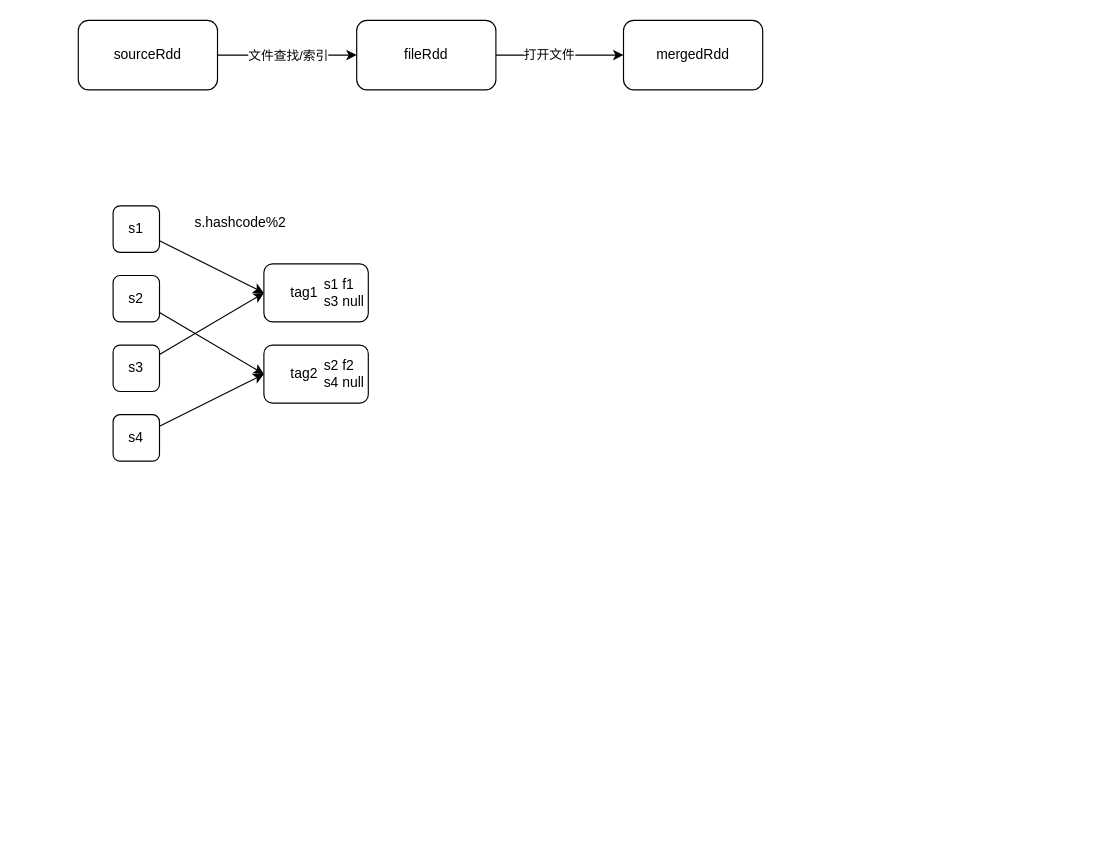
Before: 分区变更.drawio in loukey-lj/WX, a draw.io diagram. Source tidied: cells renumbered, new cells numbered last; positions are measured from the earlier drawing's top-left corner, leaving out a move shared by most shapes. Both pictures are drawn from the tidied source at 116%, with x=0, y=0 at pixel (78, 20).
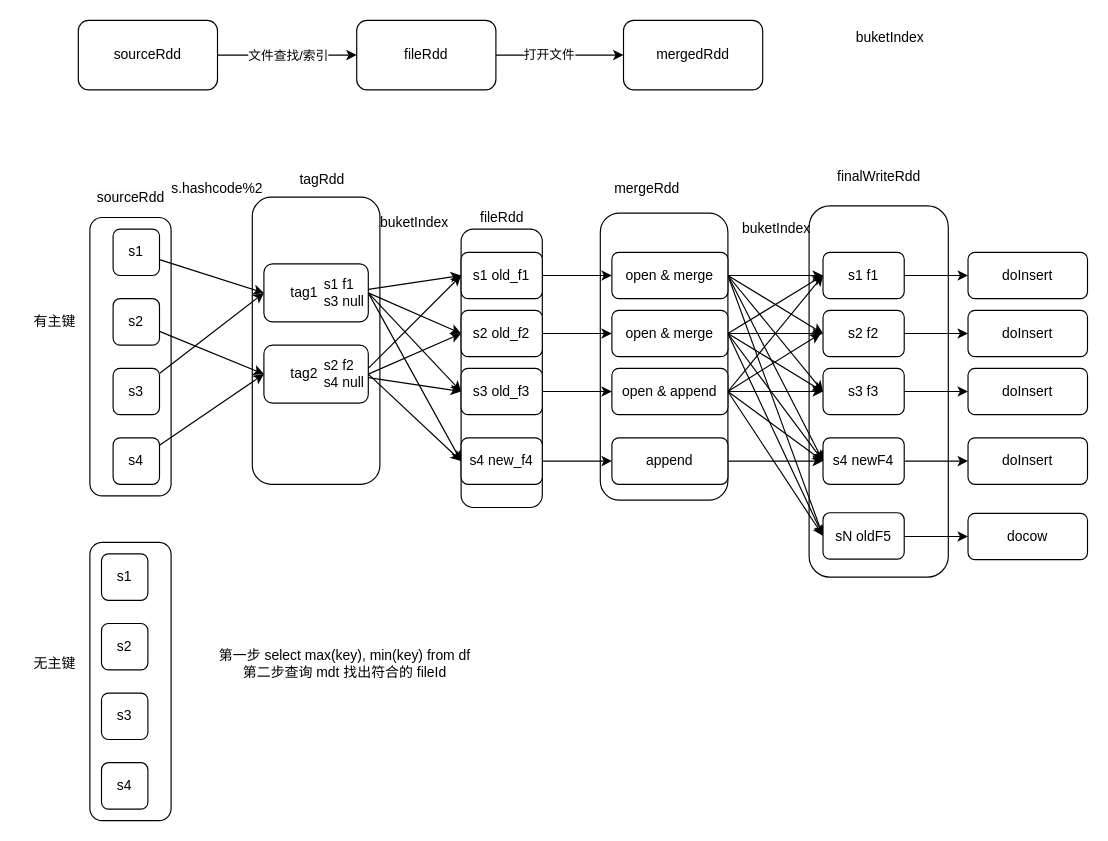
The same page after the edit.

Commit message (it also covers changes not shown here):
更新分区变更.drawio

The change refers to these unchanged cells:
```xml
<mxCell id="20" value="&lt;div style=&quot;&quot;&gt;&lt;span style=&quot;background-color: initial;&quot;&gt;s1 f1&lt;/span&gt;&lt;/div&gt;s3 null" style="text;html=1;strokeColor=none;fillColor=none;align=left;verticalAlign=middle;whiteSpace=wrap;rounded=0;" parent="1" vertex="1">
  <mxGeometry x="210" y="220" width="40" height="30" as="geometry" />
</mxCell>
<mxCell id="21" value="&lt;div style=&quot;&quot;&gt;&lt;span style=&quot;background-color: initial;&quot;&gt;s2 f2&lt;/span&gt;&lt;/div&gt;s4 null" style="text;html=1;strokeColor=none;fillColor=none;align=left;verticalAlign=middle;whiteSpace=wrap;rounded=0;" parent="1" vertex="1">
  <mxGeometry x="210" y="290" width="40" height="30" as="geometry" />
</mxCell>
```

Change to the diagram source:
```diff
@@
+    <mxCell id="22" style="rounded=1;whiteSpace=wrap;html=1;" parent="1" vertex="1">
+      <mxGeometry x="630" y="160" width="120" height="320" as="geometry" />
+    </mxCell>
+    <mxCell id="23" style="rounded=1;whiteSpace=wrap;html=1;" parent="1" vertex="1">
+      <mxGeometry x="450" y="166.2" width="110" height="247.5" as="geometry" />
+    </mxCell>
+    <mxCell id="24" style="rounded=1;whiteSpace=wrap;html=1;" parent="1" vertex="1">
+      <mxGeometry x="150" y="152.5" width="110" height="247.5" as="geometry" />
+    </mxCell>
+    <mxCell id="25" style="rounded=1;whiteSpace=wrap;html=1;" parent="1" vertex="1">
+      <mxGeometry x="330" y="180" width="70" height="240" as="geometry" />
+    </mxCell>
+    <mxCell id="26" style="rounded=1;whiteSpace=wrap;html=1;" parent="1" vertex="1">
+      <mxGeometry x="10" y="170" width="70" height="240" as="geometry" />
+    </mxCell>
+    <mxCell id="27" style="rounded=1;whiteSpace=wrap;html=1;" parent="1" vertex="1">
+      <mxGeometry x="10" y="450" width="70" height="240" as="geometry" />
+    </mxCell>
@@
     <mxCell id="10" value="s1" style="rounded=1;whiteSpace=wrap;html=1;" parent="1" vertex="1">
-      <mxGeometry x="30" y="160" width="40" height="40" as="geometry" />
+      <mxGeometry x="30" y="180" width="40" height="40" as="geometry" />
     </mxCell>
@@
     <mxCell id="12" value="s2" style="rounded=1;whiteSpace=wrap;html=1;" parent="1" vertex="1">
-      <mxGeometry x="30" y="220" width="40" height="40" as="geometry" />
+      <mxGeometry x="30" y="240" width="40" height="40" as="geometry" />
     </mxCell>
@@
     <mxCell id="14" value="s3" style="rounded=1;whiteSpace=wrap;html=1;" parent="1" vertex="1">
-      <mxGeometry x="30" y="280" width="40" height="40" as="geometry" />
+      <mxGeometry x="30" y="300" width="40" height="40" as="geometry" />
     </mxCell>
@@
     <mxCell id="16" value="s4" style="rounded=1;whiteSpace=wrap;html=1;" parent="1" vertex="1">
-      <mxGeometry x="30" y="340" width="40" height="40" as="geometry" />
+      <mxGeometry x="30" y="360" width="40" height="40" as="geometry" />
     </mxCell>
@@
     <mxCell id="19" value="s.hashcode%2" style="text;html=1;strokeColor=none;fillColor=none;align=center;verticalAlign=middle;whiteSpace=wrap;rounded=0;" parent="1" vertex="1">
-      <mxGeometry x="90" y="160" width="100" height="30" as="geometry" />
+      <mxGeometry x="70" y="130" width="100" height="30" as="geometry" />
     </mxCell>
+    <mxCell id="28" style="edgeStyle=none;rounded=0;jettySize=auto;html=1;entryX=0;entryY=0.5;entryDx=0;entryDy=0;" parent="1" edge="1" source="20" target="36">
+      <mxGeometry relative="1" as="geometry" />
+    </mxCell>
+    <mxCell id="29" style="edgeStyle=none;rounded=0;jettySize=auto;html=1;entryX=0;entryY=0.5;entryDx=0;entryDy=0;exitX=1;exitY=0.5;exitDx=0;exitDy=0;" parent="1" edge="1" source="20" target="38">
+      <mxGeometry relative="1" as="geometry" />
+    </mxCell>
+    <mxCell id="30" style="edgeStyle=none;rounded=0;jettySize=auto;html=1;entryX=0;entryY=0.5;entryDx=0;entryDy=0;exitX=1;exitY=0.5;exitDx=0;exitDy=0;" parent="1" edge="1" source="20" target="37">
+      <mxGeometry relative="1" as="geometry" />
+    </mxCell>
+    <mxCell id="31" style="edgeStyle=none;rounded=0;jettySize=auto;html=1;entryX=0;entryY=0.5;entryDx=0;entryDy=0;exitX=1;exitY=0.5;exitDx=0;exitDy=0;" parent="1" edge="1" source="20" target="63">
+      <mxGeometry relative="1" as="geometry" />
+    </mxCell>
@@
+    <mxCell id="32" style="edgeStyle=none;rounded=0;jettySize=auto;html=1;entryX=0;entryY=0.5;entryDx=0;entryDy=0;exitX=1;exitY=0.5;exitDx=0;exitDy=0;" parent="1" edge="1" source="21" target="37">
+      <mxGeometry relative="1" as="geometry" />
+    </mxCell>
+    <mxCell id="33" style="edgeStyle=none;rounded=0;jettySize=auto;html=1;" parent="1" edge="1" source="21">
+      <mxGeometry relative="1" as="geometry">
+        <mxPoint x="330" y="320" as="targetPoint" />
+      </mxGeometry>
+    </mxCell>
+    <mxCell id="34" style="edgeStyle=none;rounded=0;jettySize=auto;html=1;entryX=0;entryY=0.5;entryDx=0;entryDy=0;" parent="1" edge="1" target="36">
+      <mxGeometry relative="1" as="geometry">
+        <mxPoint x="250" y="300" as="sourcePoint" />
+      </mxGeometry>
+    </mxCell>
+    <mxCell id="35" style="edgeStyle=none;rounded=0;jettySize=auto;html=1;entryX=0;entryY=0.5;entryDx=0;entryDy=0;exitX=1;exitY=0.5;exitDx=0;exitDy=0;" parent="1" edge="1" source="21" target="63">
+      <mxGeometry relative="1" as="geometry" />
+    </mxCell>
@@
+    <mxCell id="36" value="s1 old_f1" style="rounded=1;whiteSpace=wrap;html=1;" parent="1" vertex="1">
+      <mxGeometry x="330" y="200" width="70" height="40" as="geometry" />
+    </mxCell>
+    <mxCell id="37" value="s2 old_f2" style="rounded=1;whiteSpace=wrap;html=1;" parent="1" vertex="1">
+      <mxGeometry x="330" y="250" width="70" height="40" as="geometry" />
+    </mxCell>
+    <mxCell id="38" value="s3 old_f3" style="rounded=1;whiteSpace=wrap;html=1;" parent="1" vertex="1">
+      <mxGeometry x="330" y="300" width="70" height="40" as="geometry" />
+    </mxCell>
+    <mxCell id="39" value="buketIndex" style="text;html=1;strokeColor=none;fillColor=none;align=center;verticalAlign=middle;whiteSpace=wrap;rounded=0;" parent="1" vertex="1">
+      <mxGeometry x="250" y="160" width="80" height="30" as="geometry" />
+    </mxCell>
+    <mxCell id="40" style="endArrow=classic;html=1;rounded=0;" parent="1" edge="1">
+      <mxGeometry relative="1" as="geometry">
+        <mxPoint x="400" y="220" as="sourcePoint" />
+        <mxPoint x="460" y="220" as="targetPoint" />
+      </mxGeometry>
+    </mxCell>
+    <mxCell id="41" style="edgeStyle=none;rounded=0;jettySize=auto;html=1;" parent="1" edge="1" source="46" target="67">
+      <mxGeometry relative="1" as="geometry" />
+    </mxCell>
+    <mxCell id="42" style="edgeStyle=none;rounded=0;jettySize=auto;html=1;entryX=0;entryY=0.5;entryDx=0;entryDy=0;exitX=1;exitY=0.5;exitDx=0;exitDy=0;" parent="1" edge="1" source="46" target="70">
+      <mxGeometry relative="1" as="geometry" />
+    </mxCell>
+    <mxCell id="43" style="edgeStyle=none;rounded=0;jettySize=auto;html=1;entryX=0;entryY=0.5;entryDx=0;entryDy=0;exitX=1;exitY=0.5;exitDx=0;exitDy=0;" parent="1" edge="1" source="46" target="68">
+      <mxGeometry relative="1" as="geometry" />
+    </mxCell>
+    <mxCell id="44" style="edgeStyle=none;rounded=0;jettySize=auto;html=1;entryX=0;entryY=0.5;entryDx=0;entryDy=0;exitX=1;exitY=0.5;exitDx=0;exitDy=0;" parent="1" edge="1" source="46" target="69">
+      <mxGeometry relative="1" as="geometry" />
+    </mxCell>
+    <mxCell id="45" style="edgeStyle=none;rounded=0;jettySize=auto;html=1;entryX=0;entryY=0.5;entryDx=0;entryDy=0;exitX=1;exitY=0.5;exitDx=0;exitDy=0;" parent="1" edge="1" source="46" target="71">
+      <mxGeometry relative="1" as="geometry" />
+    </mxCell>
+    <mxCell id="46" value="open &amp;amp; merge" style="rounded=1;whiteSpace=wrap;html=1;" parent="1" vertex="1">
+      <mxGeometry x="460" y="200" width="100" height="40" as="geometry" />
+    </mxCell>
+    <mxCell id="47" style="endArrow=classic;html=1;rounded=0;" parent="1" edge="1">
+      <mxGeometry relative="1" as="geometry">
+        <mxPoint x="400" y="270" as="sourcePoint" />
+        <mxPoint x="460" y="270" as="targetPoint" />
+      </mxGeometry>
+    </mxCell>
+    <mxCell id="48" style="edgeStyle=none;rounded=0;jettySize=auto;html=1;" parent="1" edge="1" source="53" target="68">
+      <mxGeometry relative="1" as="geometry" />
+    </mxCell>
+    <mxCell id="49" style="edgeStyle=none;rounded=0;jettySize=auto;html=1;entryX=0;entryY=0.5;entryDx=0;entryDy=0;exitX=1;exitY=0.5;exitDx=0;exitDy=0;" parent="1" edge="1" source="53" target="70">
+      <mxGeometry relative="1" as="geometry" />
+    </mxCell>
+    <mxCell id="50" style="edgeStyle=none;rounded=0;jettySize=auto;html=1;entryX=0;entryY=0.5;entryDx=0;entryDy=0;exitX=1;exitY=0.5;exitDx=0;exitDy=0;" parent="1" edge="1" source="53" target="69">
+      <mxGeometry relative="1" as="geometry" />
+    </mxCell>
+    <mxCell id="51" style="edgeStyle=none;rounded=0;jettySize=auto;html=1;entryX=0;entryY=0.5;entryDx=0;entryDy=0;exitX=1;exitY=0.5;exitDx=0;exitDy=0;" parent="1" edge="1" source="53" target="67">
+      <mxGeometry relative="1" as="geometry" />
+    </mxCell>
+    <mxCell id="52" style="edgeStyle=none;rounded=0;jettySize=auto;html=1;entryX=0;entryY=0.5;entryDx=0;entryDy=0;exitX=1;exitY=0.5;exitDx=0;exitDy=0;" parent="1" edge="1" source="53" target="71">
+      <mxGeometry relative="1" as="geometry" />
+    </mxCell>
+    <mxCell id="53" value="open &amp;amp; merge" style="rounded=1;whiteSpace=wrap;html=1;" parent="1" vertex="1">
+      <mxGeometry x="460" y="250" width="100" height="40" as="geometry" />
+    </mxCell>
+    <mxCell id="54" style="endArrow=classic;html=1;rounded=0;" parent="1" edge="1">
+      <mxGeometry relative="1" as="geometry">
+        <mxPoint x="400" y="320" as="sourcePoint" />
+        <mxPoint x="460" y="320" as="targetPoint" />
+      </mxGeometry>
+    </mxCell>
+    <mxCell id="55" style="edgeStyle=none;rounded=0;jettySize=auto;html=1;" parent="1" edge="1" source="60" target="69">
+      <mxGeometry relative="1" as="geometry" />
+    </mxCell>
+    <mxCell id="56" style="edgeStyle=none;rounded=0;jettySize=auto;html=1;entryX=0;entryY=0.5;entryDx=0;entryDy=0;exitX=1;exitY=0.5;exitDx=0;exitDy=0;" parent="1" edge="1" source="60" target="70">
+      <mxGeometry relative="1" as="geometry" />
+    </mxCell>
+    <mxCell id="57" style="edgeStyle=none;rounded=0;jettySize=auto;html=1;exitX=1;exitY=0.5;exitDx=0;exitDy=0;" parent="1" edge="1" source="60">
+      <mxGeometry relative="1" as="geometry">
+        <mxPoint x="640" y="270" as="targetPoint" />
+      </mxGeometry>
+    </mxCell>
+    <mxCell id="58" style="edgeStyle=none;rounded=0;jettySize=auto;html=1;entryX=0;entryY=0.5;entryDx=0;entryDy=0;exitX=1;exitY=0.5;exitDx=0;exitDy=0;" parent="1" edge="1" source="60" target="67">
+      <mxGeometry relative="1" as="geometry" />
+    </mxCell>
+    <mxCell id="59" style="edgeStyle=none;rounded=0;jettySize=auto;html=1;entryX=0;entryY=0.5;entryDx=0;entryDy=0;exitX=1;exitY=0.5;exitDx=0;exitDy=0;" parent="1" edge="1" source="60" target="71">
+      <mxGeometry relative="1" as="geometry" />
+    </mxCell>
+    <mxCell id="60" value="open &amp;amp; append" style="rounded=1;whiteSpace=wrap;html=1;" parent="1" vertex="1">
+      <mxGeometry x="460" y="300" width="100" height="40" as="geometry" />
+    </mxCell>
+    <mxCell id="61" value="buketIndex" style="text;html=1;strokeColor=none;fillColor=none;align=center;verticalAlign=middle;whiteSpace=wrap;rounded=0;" parent="1" vertex="1">
+      <mxGeometry x="660" width="80" height="30" as="geometry" />
+    </mxCell>
+    <mxCell id="62" style="edgeStyle=none;rounded=0;jettySize=auto;html=1;" parent="1" edge="1" source="63" target="65">
+      <mxGeometry relative="1" as="geometry" />
+    </mxCell>
+    <mxCell id="63" value="s4 new_f4" style="rounded=1;whiteSpace=wrap;html=1;" parent="1" vertex="1">
+      <mxGeometry x="330" y="360" width="70" height="40" as="geometry" />
+    </mxCell>
+    <mxCell id="64" style="edgeStyle=none;rounded=0;jettySize=auto;html=1;" parent="1" edge="1" source="65" target="70">
+      <mxGeometry relative="1" as="geometry" />
+    </mxCell>
+    <mxCell id="65" value="append" style="rounded=1;whiteSpace=wrap;html=1;" parent="1" vertex="1">
+      <mxGeometry x="460" y="360" width="100" height="40" as="geometry" />
+    </mxCell>
+    <mxCell id="66" style="edgeStyle=none;rounded=0;jettySize=auto;html=1;" parent="1" edge="1" source="67" target="73">
+      <mxGeometry relative="1" as="geometry" />
+    </mxCell>
+    <mxCell id="67" value="s1 f1" style="rounded=1;whiteSpace=wrap;html=1;" parent="1" vertex="1">
+      <mxGeometry x="642" y="200" width="70" height="40" as="geometry" />
+    </mxCell>
+    <mxCell id="68" value="s2 f2" style="rounded=1;whiteSpace=wrap;html=1;" parent="1" vertex="1">
+      <mxGeometry x="642" y="250" width="70" height="40" as="geometry" />
+    </mxCell>
+    <mxCell id="69" value="s3 f3" style="rounded=1;whiteSpace=wrap;html=1;" parent="1" vertex="1">
+      <mxGeometry x="642" y="300" width="70" height="40" as="geometry" />
+    </mxCell>
+    <mxCell id="70" value="s4 newF4" style="rounded=1;whiteSpace=wrap;html=1;" parent="1" vertex="1">
+      <mxGeometry x="642" y="360" width="70" height="40" as="geometry" />
+    </mxCell>
+    <mxCell id="71" value="sN oldF5" style="rounded=1;whiteSpace=wrap;html=1;" parent="1" vertex="1">
+      <mxGeometry x="642" y="424.5" width="70" height="40" as="geometry" />
+    </mxCell>
+    <mxCell id="72" value="buketIndex" style="text;html=1;strokeColor=none;fillColor=none;align=center;verticalAlign=middle;whiteSpace=wrap;rounded=0;" parent="1" vertex="1">
+      <mxGeometry x="562" y="165" width="80" height="30" as="geometry" />
+    </mxCell>
+    <mxCell id="73" value="doInsert" style="rounded=1;whiteSpace=wrap;html=1;" parent="1" vertex="1">
+      <mxGeometry x="767" y="200" width="103" height="40" as="geometry" />
+    </mxCell>
+    <mxCell id="74" style="edgeStyle=none;rounded=0;jettySize=auto;html=1;" parent="1" edge="1" target="75">
+      <mxGeometry relative="1" as="geometry">
+        <mxPoint x="712" y="270" as="sourcePoint" />
+      </mxGeometry>
+    </mxCell>
+    <mxCell id="75" value="doInsert" style="rounded=1;whiteSpace=wrap;html=1;" parent="1" vertex="1">
+      <mxGeometry x="767" y="250" width="103" height="40" as="geometry" />
+    </mxCell>
+    <mxCell id="76" style="edgeStyle=none;rounded=0;jettySize=auto;html=1;" parent="1" edge="1" target="77">
+      <mxGeometry relative="1" as="geometry">
+        <mxPoint x="712" y="320" as="sourcePoint" />
+      </mxGeometry>
+    </mxCell>
+    <mxCell id="77" value="doInsert" style="rounded=1;whiteSpace=wrap;html=1;" parent="1" vertex="1">
+      <mxGeometry x="767" y="300" width="103" height="40" as="geometry" />
+    </mxCell>
+    <mxCell id="78" style="edgeStyle=none;rounded=0;jettySize=auto;html=1;" parent="1" edge="1" target="79">
+      <mxGeometry relative="1" as="geometry">
+        <mxPoint x="712" y="380" as="sourcePoint" />
+      </mxGeometry>
+    </mxCell>
+    <mxCell id="79" value="doInsert" style="rounded=1;whiteSpace=wrap;html=1;" parent="1" vertex="1">
+      <mxGeometry x="767" y="360" width="103" height="40" as="geometry" />
+    </mxCell>
+    <mxCell id="80" style="edgeStyle=none;rounded=0;jettySize=auto;html=1;" parent="1" edge="1" target="81">
+      <mxGeometry relative="1" as="geometry">
+        <mxPoint x="712" y="445" as="sourcePoint" />
+      </mxGeometry>
+    </mxCell>
+    <mxCell id="81" value="docow" style="rounded=1;whiteSpace=wrap;html=1;" parent="1" vertex="1">
+      <mxGeometry x="767" y="425" width="103" height="40" as="geometry" />
+    </mxCell>
+    <mxCell id="82" value="有主键" style="text;html=1;strokeColor=none;fillColor=none;align=center;verticalAlign=middle;whiteSpace=wrap;rounded=0;" parent="1" vertex="1">
+      <mxGeometry x="-50" y="245" width="60" height="30" as="geometry" />
+    </mxCell>
+    <mxCell id="83" value="无主键" style="text;html=1;strokeColor=none;fillColor=none;align=center;verticalAlign=middle;whiteSpace=wrap;rounded=0;" parent="1" vertex="1">
+      <mxGeometry x="-50" y="540" width="60" height="30" as="geometry" />
+    </mxCell>
+    <mxCell id="84" value="s1" style="rounded=1;whiteSpace=wrap;html=1;" parent="1" vertex="1">
+      <mxGeometry x="20" y="460" width="40" height="40" as="geometry" />
+    </mxCell>
+    <mxCell id="85" value="s2" style="rounded=1;whiteSpace=wrap;html=1;" parent="1" vertex="1">
+      <mxGeometry x="20" y="520" width="40" height="40" as="geometry" />
+    </mxCell>
+    <mxCell id="86" value="s3" style="rounded=1;whiteSpace=wrap;html=1;" parent="1" vertex="1">
+      <mxGeometry x="20" y="580" width="40" height="40" as="geometry" />
+    </mxCell>
+    <mxCell id="87" value="s4" style="rounded=1;whiteSpace=wrap;html=1;" parent="1" vertex="1">
+      <mxGeometry x="20" y="640" width="40" height="40" as="geometry" />
+    </mxCell>
+    <mxCell id="88" value="第一步 select max(key), min(key) from df&lt;br&gt;第二步查询 mdt 找出符合的 fileId" style="text;html=1;strokeColor=none;fillColor=none;align=center;verticalAlign=middle;whiteSpace=wrap;rounded=0;" parent="1" vertex="1">
+      <mxGeometry x="115" y="545" width="230" height="20" as="geometry" />
+    </mxCell>
+    <mxCell id="89" value="&#10;&lt;span style=&quot;color: rgb(0, 0, 0); font-family: Helvetica; font-size: 12px; font-style: normal; font-variant-ligatures: normal; font-variant-caps: normal; font-weight: 400; letter-spacing: normal; orphans: 2; text-align: center; text-indent: 0px; text-transform: none; widows: 2; word-spacing: 0px; -webkit-text-stroke-width: 0px; background-color: rgb(251, 251, 251); text-decoration-thickness: initial; text-decoration-style: initial; text-decoration-color: initial; float: none; display: inline !important;&quot;&gt;sourceRdd&lt;/span&gt;&#10;&#10;" style="text;html=1;align=center;verticalAlign=middle;strokeColor=none;fillColor=none;" parent="1" vertex="1">
+      <mxGeometry x="5" y="130" width="80" height="60" as="geometry" />
+    </mxCell>
+    <mxCell id="90" value="fileRdd" style="text;html=1;align=center;verticalAlign=middle;strokeColor=none;fillColor=none;" parent="1" vertex="1">
+      <mxGeometry x="335" y="155" width="60" height="30" as="geometry" />
+    </mxCell>
+    <mxCell id="91" value="tagRdd" style="text;html=1;align=center;verticalAlign=middle;strokeColor=none;fillColor=none;" parent="1" vertex="1">
+      <mxGeometry x="180" y="122.5" width="60" height="30" as="geometry" />
+    </mxCell>
+    <mxCell id="92" value="mergeRdd" style="text;html=1;align=center;verticalAlign=middle;strokeColor=none;fillColor=none;" parent="1" vertex="1">
+      <mxGeometry x="450" y="130" width="80" height="30" as="geometry" />
+    </mxCell>
+    <mxCell id="93" value="finalWriteRdd" style="text;html=1;align=center;verticalAlign=middle;strokeColor=none;fillColor=none;" parent="1" vertex="1">
+      <mxGeometry x="640" y="120" width="100" height="30" as="geometry" />
+    </mxCell>
```
